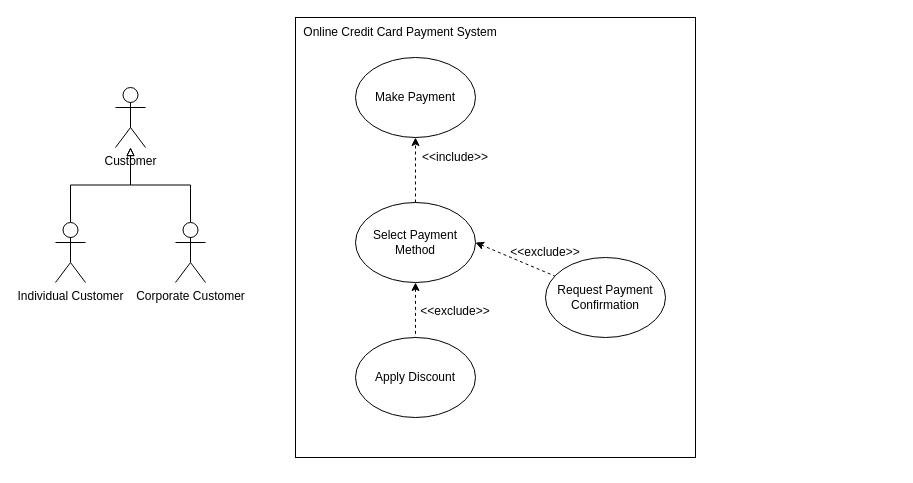
This is page "Ex. 1" (2 of 2) of Week 9/Lab2_SE.drawio from sofiaconnor/inf1103-labs, a draw.io file, before an edit. Source tidied: cells renumbered, new cells numbered last; positions are measured from the earlier drawing's top-left corner, leaving out a move shared by most shapes. Both pictures are drawn from the tidied source at 100%, with x=0, y=0 at pixel (55, 17).
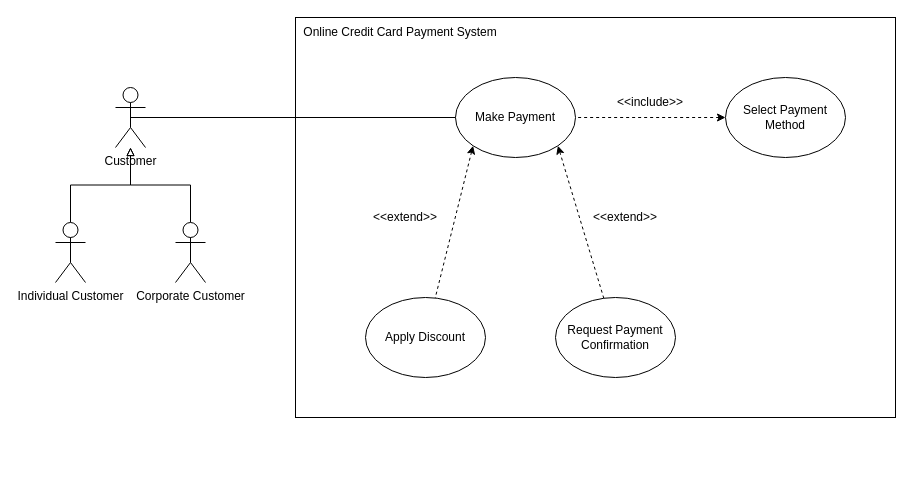
The same page after the edit.

Unchanged cells that the change refers to:
```xml
<mxCell id="19" value="Customer" style="shape=umlActor;verticalLabelPosition=bottom;verticalAlign=top;html=1;outlineConnect=0;labelPerimeter=1;" parent="1" vertex="1">
  <mxGeometry x="60" y="70" width="30" height="60" as="geometry" />
</mxCell>
```

Change to the diagram source:
```diff
@@
     <mxCell id="6" style="rounded=0;whiteSpace=wrap;html=1;fillColor=none;" parent="1" vertex="1">
-      <mxGeometry x="240" width="400" height="440" as="geometry" />
+      <mxGeometry x="240" width="600" height="400" as="geometry" />
     </mxCell>
@@
     <mxCell id="8" value="Make Payment" style="ellipse;whiteSpace=wrap;html=1;shapeInside=1;fillColor=none;" parent="1" vertex="1">
-      <mxGeometry x="300" y="40" width="120" height="80" as="geometry" />
+      <mxGeometry x="400" y="60" width="120" height="80" as="geometry" />
     </mxCell>
-    <mxCell id="9" style="edgeStyle=orthogonalEdgeStyle;rounded=0;jettySize=auto;html=1;exitX=0.5;exitY=0;exitDx=0;exitDy=0;defaultLabelBackgroundColor=page;labelPadding=0 4;dashed=1;" parent="1" edge="1" source="12" target="8">
+    <mxCell id="9" style="rounded=0;jettySize=auto;html=1;exitX=0;exitY=0.5;exitDx=0;exitDy=0;defaultLabelBackgroundColor=page;labelPadding=0 4;dashed=1;startArrow=classic;startFill=1;endArrow=none;endFill=0;" parent="1" edge="1" source="12" target="8">
       <mxGeometry relative="1" as="geometry" />
     </mxCell>
-    <mxCell id="10" style="edgeStyle=orthogonalEdgeStyle;rounded=0;jettySize=auto;html=1;exitX=0.5;exitY=1;exitDx=0;exitDy=0;defaultLabelBackgroundColor=page;labelPadding=0 4;dashed=1;startArrow=classic;startFill=1;endArrow=none;endFill=0;" parent="1" edge="1" source="12" target="14">
+    <mxCell id="10" style="rounded=0;jettySize=auto;html=1;exitX=0;exitY=1;exitDx=0;exitDy=0;defaultLabelBackgroundColor=page;labelPadding=0 4;dashed=1;startArrow=classic;startFill=1;endArrow=none;endFill=0;" parent="1" edge="1" source="8" target="14">
       <mxGeometry relative="1" as="geometry" />
     </mxCell>
-    <mxCell id="11" style="rounded=0;jettySize=auto;html=1;exitX=1;exitY=0.5;exitDx=0;exitDy=0;defaultLabelBackgroundColor=page;labelPadding=0 4;dashed=1;endArrow=none;endFill=0;startArrow=classic;startFill=1;" parent="1" edge="1" source="12" target="15">
+    <mxCell id="11" style="rounded=0;jettySize=auto;html=1;exitX=1;exitY=1;exitDx=0;exitDy=0;defaultLabelBackgroundColor=page;labelPadding=0 4;dashed=1;endArrow=none;endFill=0;startArrow=classic;startFill=1;" parent="1" edge="1" source="8" target="15">
       <mxGeometry relative="1" as="geometry" />
     </mxCell>
     <mxCell id="12" value="Select Payment Method" style="ellipse;whiteSpace=wrap;html=1;shapeInside=1;fillColor=none;" parent="1" vertex="1">
-      <mxGeometry x="300" y="185" width="120" height="80" as="geometry" />
+      <mxGeometry x="670" y="60" width="120" height="80" as="geometry" />
     </mxCell>
     <mxCell id="13" value="&amp;lt;&amp;lt;include&amp;gt;&amp;gt;" style="text;html=1;whiteSpace=wrap;strokeColor=none;fillColor=none;align=center;verticalAlign=middle;rounded=0;" parent="1" vertex="1">
-      <mxGeometry x="370" y="125" width="60" height="30" as="geometry" />
+      <mxGeometry x="565" y="70" width="60" height="30" as="geometry" />
     </mxCell>
     <mxCell id="14" value="Apply Discount" style="ellipse;whiteSpace=wrap;html=1;shapeInside=1;fillColor=none;" parent="1" vertex="1">
-      <mxGeometry x="300" y="320" width="120" height="80" as="geometry" />
+      <mxGeometry x="310" y="280" width="120" height="80" as="geometry" />
     </mxCell>
     <mxCell id="15" value="Request Payment Confirmation" style="ellipse;whiteSpace=wrap;html=1;shapeInside=1;fillColor=none;" parent="1" vertex="1">
-      <mxGeometry x="490" y="240" width="120" height="80" as="geometry" />
+      <mxGeometry x="500" y="280" width="120" height="80" as="geometry" />
     </mxCell>
@@
-    <mxCell id="17" value="&amp;lt;&amp;lt;exclude&amp;gt;&amp;gt;" style="text;html=1;whiteSpace=wrap;strokeColor=none;fillColor=none;align=center;verticalAlign=middle;rounded=0;" parent="1" vertex="1">
-      <mxGeometry x="460" y="220" width="60" height="30" as="geometry" />
+    <mxCell id="17" value="&amp;lt;&amp;lt;extend&amp;gt;&amp;gt;" style="text;html=1;whiteSpace=wrap;strokeColor=none;fillColor=none;align=center;verticalAlign=middle;rounded=0;" parent="1" vertex="1">
+      <mxGeometry x="320" y="185" width="60" height="30" as="geometry" />
     </mxCell>
-    <mxCell id="18" value="&amp;lt;&amp;lt;exclude&amp;gt;&amp;gt;" style="text;html=1;whiteSpace=wrap;strokeColor=none;fillColor=none;align=center;verticalAlign=middle;rounded=0;" parent="1" vertex="1">
-      <mxGeometry x="370" y="279" width="60" height="30" as="geometry" />
+    <mxCell id="18" value="&amp;lt;&amp;lt;extend&amp;gt;&amp;gt;" style="text;html=1;whiteSpace=wrap;strokeColor=none;fillColor=none;align=center;verticalAlign=middle;rounded=0;" parent="1" vertex="1">
+      <mxGeometry x="540" y="185" width="60" height="30" as="geometry" />
     </mxCell>
+    <mxCell id="20" style="rounded=0;jettySize=auto;html=1;exitX=0.5;exitY=0.5;exitDx=0;exitDy=0;exitPerimeter=0;entryX=0;entryY=0.5;entryDx=0;entryDy=0;defaultLabelBackgroundColor=page;labelPadding=0 4;endArrow=none;endFill=0;" parent="1" edge="1" source="19" target="8">
+      <mxGeometry relative="1" as="geometry" />
+    </mxCell>
```
